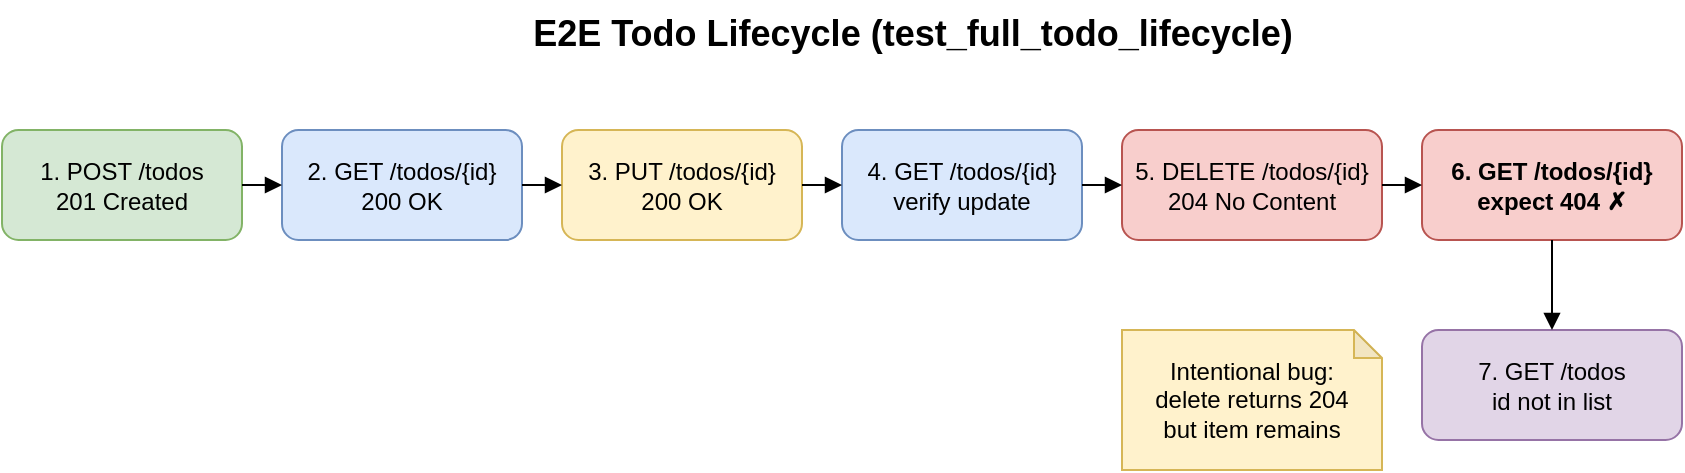
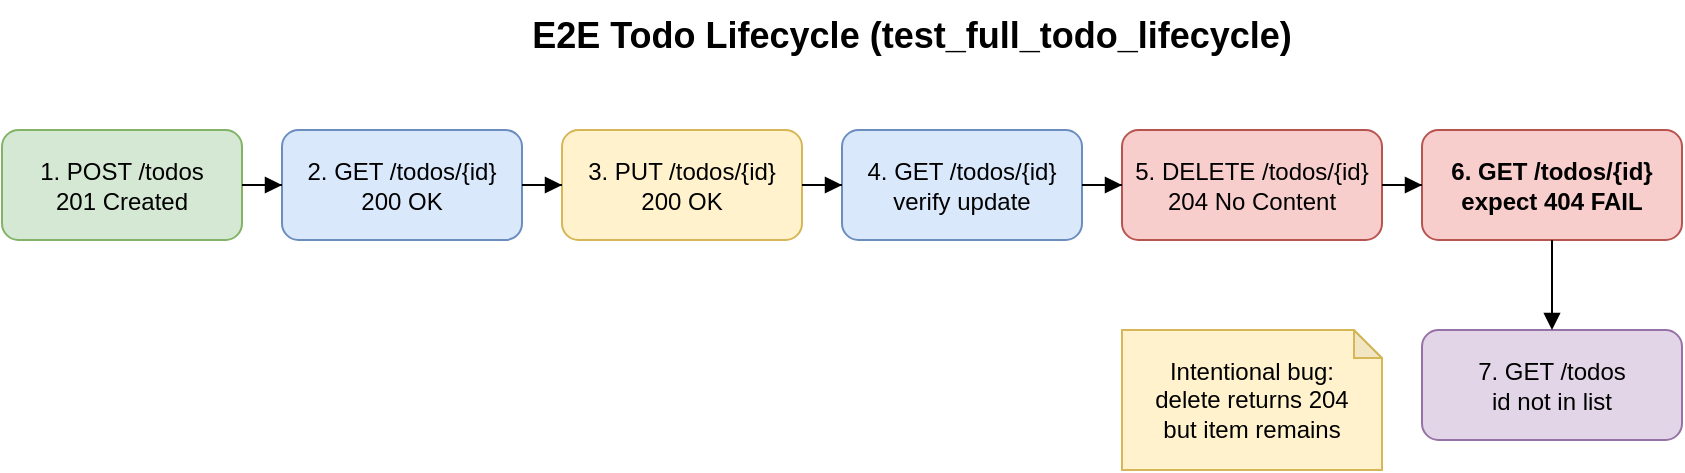
- <mxfile host="app.diagrams.net" agent="sdet-mini-project" version="22.1.0" type="device">
-   <diagram id="e2e-workflow" name="E2E Workflow">
-     <mxGraphModel dx="1200" dy="800" grid="1" gridSize="10" guides="1" tooltips="1" connect="1" arrows="1" fold="1" page="1" pageScale="1" pageWidth="950" pageHeight="350" math="0" shadow="0">
+ <mxfile host="app.diagrams.net" modified="2026-07-07T00:00:00.000Z" agent="sdet-mini-project" version="22.1.0" type="device">
+   <diagram name="E2E Workflow" id="e2e-workflow-diagram">
+     <mxGraphModel dx="1200" dy="800" grid="1" gridSize="10" guides="1" tooltips="1" connect="1" arrows="1" fold="1" page="1" pageScale="1" pageWidth="1000" pageHeight="400" math="0" shadow="0">
      <root>
        <mxCell id="0" />
        <mxCell id="1" parent="0" />
-         <mxCell id="title" value="E2E Todo Lifecycle (test_full_todo_lifecycle)" style="text;html=1;fontSize=18;fontStyle=1;align=center;" vertex="1" parent="1">
+         <mxCell id="2" value="E2E Todo Lifecycle (test_full_todo_lifecycle)" style="text;html=1;strokeColor=none;fillColor=none;align=center;verticalAlign=middle;whiteSpace=wrap;rounded=0;fontSize=18;fontStyle=1;" vertex="1" parent="1">
          <mxGeometry x="200" y="15" width="550" height="35" as="geometry" />
        </mxCell>
-         <mxCell id="s1" value="1. POST /todos&#xa;201 Created" style="rounded=1;whiteSpace=wrap;html=1;fillColor=#d5e8d4;strokeColor=#82b366;" vertex="1" parent="1">
+         <mxCell id="3" value="1. POST /todos&#xa;201 Created" style="rounded=1;whiteSpace=wrap;html=1;fillColor=#d5e8d4;strokeColor=#82b366;" vertex="1" parent="1">
          <mxGeometry x="20" y="80" width="120" height="55" as="geometry" />
        </mxCell>
-         <mxCell id="s2" value="2. GET /todos/{id}&#xa;200 OK" style="rounded=1;whiteSpace=wrap;html=1;fillColor=#dae8fc;strokeColor=#6c8ebf;" vertex="1" parent="1">
+         <mxCell id="4" value="2. GET /todos/{id}&#xa;200 OK" style="rounded=1;whiteSpace=wrap;html=1;fillColor=#dae8fc;strokeColor=#6c8ebf;" vertex="1" parent="1">
          <mxGeometry x="160" y="80" width="120" height="55" as="geometry" />
        </mxCell>
-         <mxCell id="s3" value="3. PUT /todos/{id}&#xa;200 OK" style="rounded=1;whiteSpace=wrap;html=1;fillColor=#fff2cc;strokeColor=#d6b656;" vertex="1" parent="1">
+         <mxCell id="5" value="3. PUT /todos/{id}&#xa;200 OK" style="rounded=1;whiteSpace=wrap;html=1;fillColor=#fff2cc;strokeColor=#d6b656;" vertex="1" parent="1">
          <mxGeometry x="300" y="80" width="120" height="55" as="geometry" />
        </mxCell>
-         <mxCell id="s4" value="4. GET /todos/{id}&#xa;verify update" style="rounded=1;whiteSpace=wrap;html=1;fillColor=#dae8fc;strokeColor=#6c8ebf;" vertex="1" parent="1">
+         <mxCell id="6" value="4. GET /todos/{id}&#xa;verify update" style="rounded=1;whiteSpace=wrap;html=1;fillColor=#dae8fc;strokeColor=#6c8ebf;" vertex="1" parent="1">
          <mxGeometry x="440" y="80" width="120" height="55" as="geometry" />
        </mxCell>
-         <mxCell id="s5" value="5. DELETE /todos/{id}&#xa;204 No Content" style="rounded=1;whiteSpace=wrap;html=1;fillColor=#f8cecc;strokeColor=#b85450;" vertex="1" parent="1">
+         <mxCell id="7" value="5. DELETE /todos/{id}&#xa;204 No Content" style="rounded=1;whiteSpace=wrap;html=1;fillColor=#f8cecc;strokeColor=#b85450;" vertex="1" parent="1">
          <mxGeometry x="580" y="80" width="130" height="55" as="geometry" />
        </mxCell>
-         <mxCell id="s6" value="6. GET /todos/{id}&#xa;expect 404 ✗" style="rounded=1;whiteSpace=wrap;html=1;fillColor=#f8cecc;strokeColor=#b85450;fontStyle=1;" vertex="1" parent="1">
+         <mxCell id="8" value="6. GET /todos/{id}&#xa;expect 404 FAIL" style="rounded=1;whiteSpace=wrap;html=1;fillColor=#f8cecc;strokeColor=#b85450;fontStyle=1;" vertex="1" parent="1">
          <mxGeometry x="730" y="80" width="130" height="55" as="geometry" />
        </mxCell>
-         <mxCell id="s7" value="7. GET /todos&#xa;id not in list" style="rounded=1;whiteSpace=wrap;html=1;fillColor=#e1d5e7;strokeColor=#9673a6;" vertex="1" parent="1">
+         <mxCell id="9" value="7. GET /todos&#xa;id not in list" style="rounded=1;whiteSpace=wrap;html=1;fillColor=#e1d5e7;strokeColor=#9673a6;" vertex="1" parent="1">
          <mxGeometry x="730" y="180" width="130" height="55" as="geometry" />
        </mxCell>
-         <mxCell id="bug" value="Intentional bug:&#xa;delete returns 204&#xa;but item remains" style="shape=note;whiteSpace=wrap;html=1;backgroundOutline=1;darkOpacity=0.05;fillColor=#fff2cc;strokeColor=#d6b656;size=14;" vertex="1" parent="1">
+         <mxCell id="10" value="Intentional bug:&#xa;delete returns 204&#xa;but item remains" style="shape=note;whiteSpace=wrap;html=1;backgroundOutline=1;darkOpacity=0.05;fillColor=#fff2cc;strokeColor=#d6b656;size=14;" vertex="1" parent="1">
          <mxGeometry x="580" y="180" width="130" height="70" as="geometry" />
        </mxCell>
-         <mxCell id="e1" style="edgeStyle=orthogonalEdgeStyle;rounded=0;endArrow=block;html=1;" edge="1" parent="1" source="s1" target="s2"><mxGeometry relative="1" as="geometry" /></mxCell>
-         <mxCell id="e2" style="edgeStyle=orthogonalEdgeStyle;rounded=0;endArrow=block;html=1;" edge="1" parent="1" source="s2" target="s3"><mxGeometry relative="1" as="geometry" /></mxCell>
-         <mxCell id="e3" style="edgeStyle=orthogonalEdgeStyle;rounded=0;endArrow=block;html=1;" edge="1" parent="1" source="s3" target="s4"><mxGeometry relative="1" as="geometry" /></mxCell>
-         <mxCell id="e4" style="edgeStyle=orthogonalEdgeStyle;rounded=0;endArrow=block;html=1;" edge="1" parent="1" source="s4" target="s5"><mxGeometry relative="1" as="geometry" /></mxCell>
-         <mxCell id="e5" style="edgeStyle=orthogonalEdgeStyle;rounded=0;endArrow=block;html=1;" edge="1" parent="1" source="s5" target="s6"><mxGeometry relative="1" as="geometry" /></mxCell>
-         <mxCell id="e6" style="edgeStyle=orthogonalEdgeStyle;rounded=0;endArrow=block;html=1;" edge="1" parent="1" source="s6" target="s7"><mxGeometry relative="1" as="geometry" /></mxCell>
+         <mxCell id="11" value="" style="edgeStyle=orthogonalEdgeStyle;rounded=0;orthogonalLoop=1;jettySize=auto;html=1;endArrow=block;endFill=1;" edge="1" parent="1" source="3" target="4">
+           <mxGeometry relative="1" as="geometry" />
+         </mxCell>
+         <mxCell id="12" value="" style="edgeStyle=orthogonalEdgeStyle;rounded=0;orthogonalLoop=1;jettySize=auto;html=1;endArrow=block;endFill=1;" edge="1" parent="1" source="4" target="5">
+           <mxGeometry relative="1" as="geometry" />
+         </mxCell>
+         <mxCell id="13" value="" style="edgeStyle=orthogonalEdgeStyle;rounded=0;orthogonalLoop=1;jettySize=auto;html=1;endArrow=block;endFill=1;" edge="1" parent="1" source="5" target="6">
+           <mxGeometry relative="1" as="geometry" />
+         </mxCell>
+         <mxCell id="14" value="" style="edgeStyle=orthogonalEdgeStyle;rounded=0;orthogonalLoop=1;jettySize=auto;html=1;endArrow=block;endFill=1;" edge="1" parent="1" source="6" target="7">
+           <mxGeometry relative="1" as="geometry" />
+         </mxCell>
+         <mxCell id="15" value="" style="edgeStyle=orthogonalEdgeStyle;rounded=0;orthogonalLoop=1;jettySize=auto;html=1;endArrow=block;endFill=1;" edge="1" parent="1" source="7" target="8">
+           <mxGeometry relative="1" as="geometry" />
+         </mxCell>
+         <mxCell id="16" value="" style="edgeStyle=orthogonalEdgeStyle;rounded=0;orthogonalLoop=1;jettySize=auto;html=1;endArrow=block;endFill=1;" edge="1" parent="1" source="8" target="9">
+           <mxGeometry relative="1" as="geometry" />
+         </mxCell>
      </root>
    </mxGraphModel>
  </diagram>
</mxfile>
